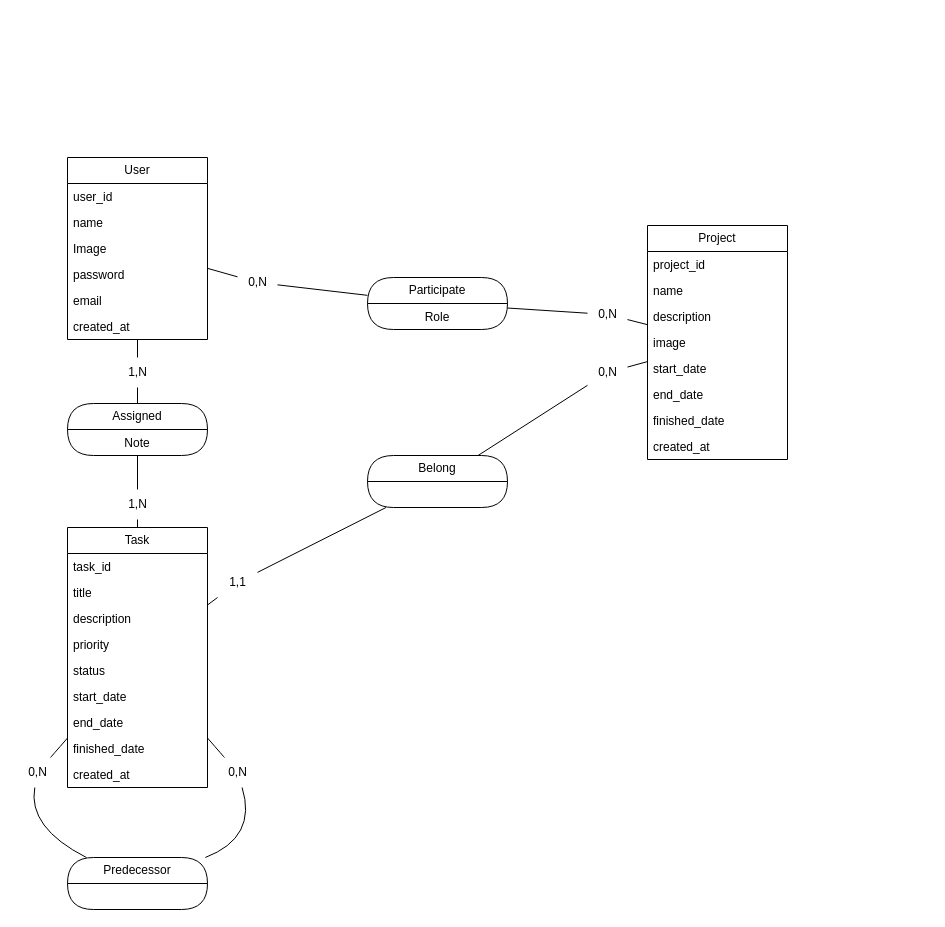
Earlier version of the draw.io diagram Conception/BD/MCD de Mashru3.drawio (haki24gamer/Mashru3). Source tidied: cells renumbered, new cells numbered last; positions are measured from the earlier drawing's top-left corner, leaving out a move shared by most shapes. Both pictures are drawn from the tidied source at 100%, with x=0, y=0 at pixel (17, 157).
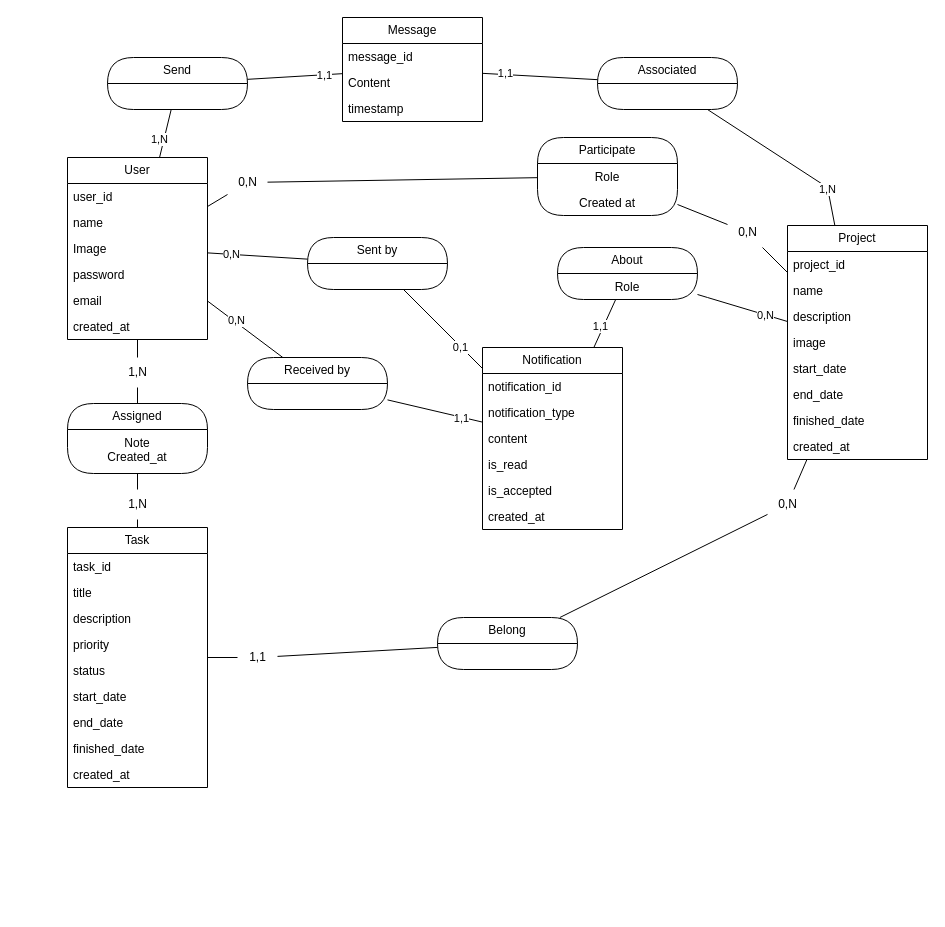
After the change.

Unchanged cells that the change refers to:
```xml
<mxCell id="2" value="User" style="swimlane;fontStyle=0;horizontal=1;startSize=26;fillColor=none;whiteSpace=wrap;html=1;" parent="1" vertex="1">
  <mxGeometry x="50" width="140" height="182" as="geometry" />
</mxCell>
<mxCell id="9" value="Task" style="swimlane;fontStyle=0;horizontal=1;startSize=26;fillColor=none;whiteSpace=wrap;html=1;" parent="1" vertex="1">
  <mxGeometry x="50" y="370" width="140" height="260" as="geometry" />
</mxCell>
```

Diff of the diagram source:
```diff
@@
     <mxCell id="19" value="Project" style="swimlane;fontStyle=0;horizontal=1;startSize=26;fillColor=none;whiteSpace=wrap;html=1;" parent="1" vertex="1">
-      <mxGeometry x="630" y="68" width="140" height="234" as="geometry" />
+      <mxGeometry x="770" y="68" width="140" height="234" as="geometry" />
     </mxCell>
@@
     <mxCell id="29" value="Assigned" style="swimlane;fontStyle=0;horizontal=1;startSize=26;fillColor=none;whiteSpace=wrap;html=1;rounded=1;arcSize=39;" parent="1" vertex="1">
-      <mxGeometry x="50" y="246" width="140" height="52" as="geometry" />
+      <mxGeometry x="50" y="246" width="140" height="70" as="geometry" />
     </mxCell>
-    <mxCell id="30" value="Note" style="text;strokeColor=none;fillColor=none;align=center;verticalAlign=top;spacingLeft=4;spacingRight=4;overflow=hidden;whiteSpace=wrap;html=1;" parent="29" vertex="1">
-      <mxGeometry y="26" width="140" height="26" as="geometry" />
+    <mxCell id="30" value="Note&lt;div&gt;Created_at&lt;/div&gt;" style="text;strokeColor=none;fillColor=none;align=center;verticalAlign=top;spacingLeft=4;spacingRight=4;overflow=hidden;whiteSpace=wrap;html=1;" parent="29" vertex="1">
+      <mxGeometry y="26" width="140" height="44" as="geometry" />
     </mxCell>
     <mxCell id="31" value="Participate" style="swimlane;fontStyle=0;horizontal=1;startSize=26;fillColor=none;whiteSpace=wrap;html=1;rounded=1;arcSize=39;" parent="1" vertex="1">
-      <mxGeometry x="350" y="120" width="140" height="52" as="geometry" />
+      <mxGeometry x="520" y="-20" width="140" height="78" as="geometry" />
     </mxCell>
@@
-    <mxCell id="33" value="Predecessor" style="swimlane;fontStyle=0;horizontal=1;startSize=26;fillColor=none;whiteSpace=wrap;html=1;rounded=1;arcSize=39;" parent="1" vertex="1">
-      <mxGeometry x="50" y="700" width="140" height="52" as="geometry" />
-    </mxCell>
+    <mxCell id="58" value="Created at" style="text;strokeColor=none;fillColor=none;align=center;verticalAlign=top;spacingLeft=4;spacingRight=4;overflow=hidden;whiteSpace=wrap;html=1;" parent="31" vertex="1">
+      <mxGeometry y="52" width="140" height="26" as="geometry" />
+    </mxCell>
     <mxCell id="34" value="Belong" style="swimlane;fontStyle=0;horizontal=1;startSize=26;fillColor=none;whiteSpace=wrap;html=1;rounded=1;arcSize=39;" parent="1" vertex="1">
-      <mxGeometry x="350" y="298" width="140" height="52" as="geometry" />
+      <mxGeometry x="420" y="460" width="140" height="52" as="geometry" />
     </mxCell>
@@
-    <mxCell id="40" style="rounded=0;jettySize=auto;html=1;endArrow=none;startFill=0;curved=1;" parent="1" edge="1" source="53" target="9">
-      <mxGeometry relative="1" as="geometry" />
-    </mxCell>
-    <mxCell id="41" style="rounded=0;jettySize=auto;html=1;endArrow=none;startFill=0;curved=1;" parent="1" edge="1" source="54" target="9">
-      <mxGeometry relative="1" as="geometry" />
-    </mxCell>
@@
     <mxCell id="45" value="1,1" style="text;html=1;align=center;verticalAlign=middle;points=[];strokeColor=none;fillColor=none;" parent="1" vertex="1">
-      <mxGeometry x="200" y="410" width="40" height="30" as="geometry" />
+      <mxGeometry x="220" y="485" width="40" height="30" as="geometry" />
     </mxCell>
@@
     <mxCell id="49" value="0,N" style="text;html=1;align=center;verticalAlign=middle;points=[];strokeColor=none;fillColor=none;" parent="1" vertex="1">
-      <mxGeometry x="220" y="110" width="40" height="30" as="geometry" />
+      <mxGeometry x="210" y="10" width="40" height="30" as="geometry" />
     </mxCell>
@@
     <mxCell id="51" value="0,N" style="text;html=1;align=center;verticalAlign=middle;points=[];strokeColor=none;fillColor=none;" parent="1" vertex="1">
-      <mxGeometry x="570" y="142" width="40" height="30" as="geometry" />
+      <mxGeometry x="710" y="60" width="40" height="30" as="geometry" />
     </mxCell>
-    <mxCell id="52" style="rounded=0;jettySize=auto;html=1;endArrow=none;startFill=0;curved=1;" parent="1" edge="1" source="33" target="53">
-      <mxGeometry relative="1" as="geometry">
-        <Array as="points">
-          <mxPoint x="10" y="670" />
-        </Array>
-      </mxGeometry>
-    </mxCell>
-    <mxCell id="53" value="0,N" style="text;html=1;align=center;verticalAlign=middle;points=[];strokeColor=none;fillColor=none;" parent="1" vertex="1">
-      <mxGeometry y="600" width="40" height="30" as="geometry" />
-    </mxCell>
-    <mxCell id="54" value="0,N" style="text;html=1;align=center;verticalAlign=middle;points=[];strokeColor=none;fillColor=none;" parent="1" vertex="1">
-      <mxGeometry x="200" y="600" width="40" height="30" as="geometry" />
-    </mxCell>
-    <mxCell id="55" style="rounded=0;jettySize=auto;html=1;endArrow=none;startFill=0;curved=1;" parent="1" edge="1" source="33" target="54">
-      <mxGeometry relative="1" as="geometry">
-        <Array as="points">
-          <mxPoint x="240" y="680" />
-        </Array>
-      </mxGeometry>
-    </mxCell>
@@
     <mxCell id="57" value="0,N" style="text;html=1;align=center;verticalAlign=middle;points=[];strokeColor=none;fillColor=none;" parent="1" vertex="1">
-      <mxGeometry x="570" y="200" width="40" height="30" as="geometry" />
+      <mxGeometry x="750" y="332" width="40" height="30" as="geometry" />
     </mxCell>
+    <mxCell id="59" value="Message" style="swimlane;fontStyle=0;horizontal=1;startSize=26;fillColor=none;whiteSpace=wrap;html=1;" parent="1" vertex="1">
+      <mxGeometry x="325" y="-140" width="140" height="104" as="geometry" />
+    </mxCell>
+    <mxCell id="60" value="message_id" style="text;strokeColor=none;fillColor=none;align=left;verticalAlign=top;spacingLeft=4;spacingRight=4;overflow=hidden;whiteSpace=wrap;html=1;" parent="59" vertex="1">
+      <mxGeometry y="26" width="140" height="26" as="geometry" />
+    </mxCell>
+    <mxCell id="61" value="Content" style="text;strokeColor=none;fillColor=none;align=left;verticalAlign=top;spacingLeft=4;spacingRight=4;overflow=hidden;whiteSpace=wrap;html=1;" parent="59" vertex="1">
+      <mxGeometry y="52" width="140" height="26" as="geometry" />
+    </mxCell>
+    <mxCell id="62" value="timestamp" style="text;strokeColor=none;fillColor=none;align=left;verticalAlign=top;spacingLeft=4;spacingRight=4;overflow=hidden;whiteSpace=wrap;html=1;" parent="59" vertex="1">
+      <mxGeometry y="78" width="140" height="26" as="geometry" />
+    </mxCell>
+    <mxCell id="63" value="Associated" style="swimlane;fontStyle=0;horizontal=1;startSize=26;fillColor=none;whiteSpace=wrap;html=1;rounded=1;arcSize=39;" parent="1" vertex="1">
+      <mxGeometry x="580" y="-100" width="140" height="52" as="geometry" />
+    </mxCell>
+    <mxCell id="64" style="rounded=0;jettySize=auto;html=1;endArrow=none;startFill=0;" parent="1" edge="1" source="59" target="63">
+      <mxGeometry relative="1" as="geometry" />
+    </mxCell>
+    <mxCell id="65" value="1,1" style="edgeLabel;html=1;align=center;verticalAlign=middle;" parent="64" vertex="1">
+      <mxGeometry x="-0.61" y="2" relative="1" as="geometry" />
+    </mxCell>
+    <mxCell id="66" style="rounded=0;jettySize=auto;html=1;endArrow=none;startFill=0;" parent="1" edge="1" source="63" target="19">
+      <mxGeometry relative="1" as="geometry">
+        <Array as="points">
+          <mxPoint x="810" y="30" />
+        </Array>
+      </mxGeometry>
+    </mxCell>
+    <mxCell id="67" value="1,N" style="edgeLabel;html=1;align=center;verticalAlign=middle;" parent="66" vertex="1">
+      <mxGeometry x="0.29" y="-3" relative="1" as="geometry">
+        <mxPoint x="23" y="13" as="offset" />
+      </mxGeometry>
+    </mxCell>
+    <mxCell id="68" value="Send" style="swimlane;fontStyle=0;horizontal=1;startSize=26;fillColor=none;whiteSpace=wrap;html=1;rounded=1;arcSize=39;" parent="1" vertex="1">
+      <mxGeometry x="90" y="-100" width="140" height="52" as="geometry" />
+    </mxCell>
+    <mxCell id="69" style="rounded=0;jettySize=auto;html=1;endArrow=none;startFill=0;" parent="1" edge="1" source="59" target="68">
+      <mxGeometry relative="1" as="geometry" />
+    </mxCell>
+    <mxCell id="70" value="1,1" style="edgeLabel;html=1;align=center;verticalAlign=middle;" parent="69" vertex="1">
+      <mxGeometry x="-0.6" relative="1" as="geometry" />
+    </mxCell>
+    <mxCell id="71" style="rounded=0;jettySize=auto;html=1;endArrow=none;startFill=0;" parent="1" edge="1" source="2" target="68">
+      <mxGeometry relative="1" as="geometry" />
+    </mxCell>
+    <mxCell id="72" value="1,N" style="edgeLabel;html=1;align=center;verticalAlign=middle;" parent="71" vertex="1">
+      <mxGeometry x="-0.75" y="2" relative="1" as="geometry">
+        <mxPoint y="-12" as="offset" />
+      </mxGeometry>
+    </mxCell>
+    <mxCell id="73" value="Notification" style="swimlane;fontStyle=0;horizontal=1;startSize=26;fillColor=none;whiteSpace=wrap;html=1;" parent="1" vertex="1">
+      <mxGeometry x="465" y="190" width="140" height="182" as="geometry" />
+    </mxCell>
+    <mxCell id="74" value="notification_id" style="text;strokeColor=none;fillColor=none;align=left;verticalAlign=top;spacingLeft=4;spacingRight=4;overflow=hidden;whiteSpace=wrap;html=1;" parent="73" vertex="1">
+      <mxGeometry y="26" width="140" height="26" as="geometry" />
+    </mxCell>
+    <mxCell id="75" value="notification_type" style="text;strokeColor=none;fillColor=none;align=left;verticalAlign=top;spacingLeft=4;spacingRight=4;overflow=hidden;whiteSpace=wrap;html=1;" parent="73" vertex="1">
+      <mxGeometry y="52" width="140" height="26" as="geometry" />
+    </mxCell>
+    <mxCell id="76" value="content" style="text;strokeColor=none;fillColor=none;align=left;verticalAlign=top;spacingLeft=4;spacingRight=4;overflow=hidden;whiteSpace=wrap;html=1;" parent="73" vertex="1">
+      <mxGeometry y="78" width="140" height="26" as="geometry" />
+    </mxCell>
+    <mxCell id="77" value="is_read" style="text;strokeColor=none;fillColor=none;align=left;verticalAlign=top;spacingLeft=4;spacingRight=4;overflow=hidden;whiteSpace=wrap;html=1;" parent="73" vertex="1">
+      <mxGeometry y="104" width="140" height="26" as="geometry" />
+    </mxCell>
+    <mxCell id="78" value="is_accepted" style="text;strokeColor=none;fillColor=none;align=left;verticalAlign=top;spacingLeft=4;spacingRight=4;overflow=hidden;whiteSpace=wrap;html=1;" parent="73" vertex="1">
+      <mxGeometry y="130" width="140" height="26" as="geometry" />
+    </mxCell>
+    <mxCell id="79" value="created_at" style="text;strokeColor=none;fillColor=none;align=left;verticalAlign=top;spacingLeft=4;spacingRight=4;overflow=hidden;whiteSpace=wrap;html=1;" parent="73" vertex="1">
+      <mxGeometry y="156" width="140" height="26" as="geometry" />
+    </mxCell>
+    <mxCell id="80" style="rounded=0;jettySize=auto;html=1;endArrow=none;startFill=0;" parent="1" edge="1" source="87" target="19">
+      <mxGeometry relative="1" as="geometry">
+        <Array as="points">
+          <mxPoint x="690" y="140" />
+        </Array>
+      </mxGeometry>
+    </mxCell>
+    <mxCell id="81" value="0,N" style="edgeLabel;html=1;align=center;verticalAlign=middle;" parent="80" vertex="1">
+      <mxGeometry x="0.49" relative="1" as="geometry" />
+    </mxCell>
+    <mxCell id="82" style="rounded=0;jettySize=auto;html=1;endArrow=none;startFill=0;" parent="1" edge="1" source="2" target="84">
+      <mxGeometry relative="1" as="geometry" />
+    </mxCell>
+    <mxCell id="83" value="0,N" style="edgeLabel;html=1;align=center;verticalAlign=middle;" parent="82" vertex="1">
+      <mxGeometry x="-0.52" relative="1" as="geometry" />
+    </mxCell>
+    <mxCell id="84" value="Sent by" style="swimlane;fontStyle=0;horizontal=1;startSize=26;fillColor=none;whiteSpace=wrap;html=1;rounded=1;arcSize=39;" parent="1" vertex="1">
+      <mxGeometry x="290" y="80" width="140" height="52" as="geometry" />
+    </mxCell>
+    <mxCell id="85" style="rounded=0;jettySize=auto;html=1;endArrow=none;startFill=0;" parent="1" edge="1" source="73" target="87">
+      <mxGeometry relative="1" as="geometry" />
+    </mxCell>
+    <mxCell id="86" value="1,1" style="edgeLabel;html=1;align=center;verticalAlign=middle;" parent="85" vertex="1">
+      <mxGeometry x="-0.18" y="3" relative="1" as="geometry" />
+    </mxCell>
+    <mxCell id="87" value="About" style="swimlane;fontStyle=0;horizontal=1;startSize=26;fillColor=none;whiteSpace=wrap;html=1;rounded=1;arcSize=39;" parent="1" vertex="1">
+      <mxGeometry x="540" y="90" width="140" height="52" as="geometry" />
+    </mxCell>
+    <mxCell id="88" value="Role" style="text;strokeColor=none;fillColor=none;align=center;verticalAlign=top;spacingLeft=4;spacingRight=4;overflow=hidden;whiteSpace=wrap;html=1;" parent="87" vertex="1">
+      <mxGeometry y="26" width="140" height="26" as="geometry" />
+    </mxCell>
+    <mxCell id="89" value="Received by" style="swimlane;fontStyle=0;horizontal=1;startSize=26;fillColor=none;whiteSpace=wrap;html=1;rounded=1;arcSize=39;" parent="1" vertex="1">
+      <mxGeometry x="230" y="200" width="140" height="52" as="geometry" />
+    </mxCell>
+    <mxCell id="90" style="rounded=0;jettySize=auto;html=1;endArrow=none;startFill=0;" parent="1" edge="1" source="84" target="73">
+      <mxGeometry relative="1" as="geometry" />
+    </mxCell>
+    <mxCell id="91" value="0,1" style="edgeLabel;html=1;align=center;verticalAlign=middle;" parent="90" vertex="1">
+      <mxGeometry x="0.45" y="-1" relative="1" as="geometry" />
+    </mxCell>
+    <mxCell id="92" style="rounded=0;jettySize=auto;html=1;endArrow=none;startFill=0;" parent="1" edge="1" source="2" target="89">
+      <mxGeometry relative="1" as="geometry" />
+    </mxCell>
+    <mxCell id="93" value="0,N" style="edgeLabel;html=1;align=center;verticalAlign=middle;" parent="92" vertex="1">
+      <mxGeometry x="-0.28" y="2" relative="1" as="geometry" />
+    </mxCell>
+    <mxCell id="94" style="rounded=0;jettySize=auto;html=1;endArrow=none;startFill=0;" parent="1" edge="1" source="73" target="89">
+      <mxGeometry relative="1" as="geometry" />
+    </mxCell>
+    <mxCell id="95" value="1,1" style="edgeLabel;html=1;align=center;verticalAlign=middle;" parent="94" vertex="1">
+      <mxGeometry x="-0.54" y="1" relative="1" as="geometry" />
+    </mxCell>
```
